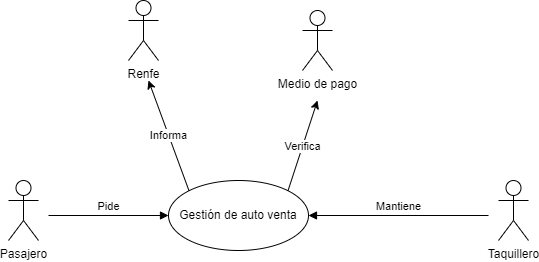
This is BasicoMaquinaBilletes.png from Necromancer117/testing_qa_logirail, a draw.io export, as it was before one commit. Source tidied: cells renumbered, new cells last; positions are measured from the earlier drawing's top-left corner, leaving out a move shared by most shapes.
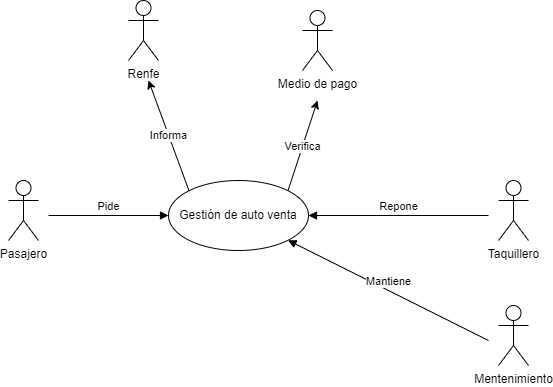
After the change.

The edit, as a diff of the source:
```diff
@@ -32,10 +32,18 @@
         <mxPoint x="40" y="215" as="sourcePoint" />
       </mxGeometry>
     </mxCell>
-    <mxCell id="10" value="Mantiene" style="html=1;verticalAlign=bottom;endArrow=block;curved=0;rounded=0;entryX=1;entryY=0.5;entryDx=0;entryDy=0;" parent="1" edge="1" target="2">
+    <mxCell id="10" value="Repone" style="html=1;verticalAlign=bottom;endArrow=block;curved=0;rounded=0;entryX=1;entryY=0.5;entryDx=0;entryDy=0;" parent="1" edge="1" target="2">
       <mxGeometry relative="1" as="geometry">
         <mxPoint x="480" y="215" as="sourcePoint" />
       </mxGeometry>
     </mxCell>
+    <mxCell id="11" value="Mentenimiento" style="shape=umlActor;verticalLabelPosition=bottom;verticalAlign=top;html=1;" parent="1" vertex="1">
+      <mxGeometry x="490" y="305" width="30" height="60" as="geometry" />
+    </mxCell>
+    <mxCell id="12" value="Mantiene" style="html=1;verticalAlign=bottom;endArrow=block;curved=0;rounded=0;entryX=1;entryY=1;entryDx=0;entryDy=0;" parent="1" edge="1" target="2">
+      <mxGeometry relative="1" as="geometry">
+        <mxPoint x="480" y="340" as="sourcePoint" />
+      </mxGeometry>
+    </mxCell>
   </root>
 </mxGraphModel>
```
